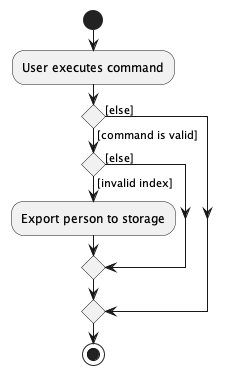
Above: docs/images/ExportCommandActivityDiagram.png in nus-cs2103-AY2223S2/tp (PlantUML), before the change.
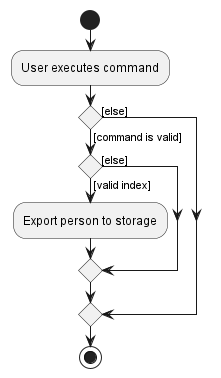
Above is the later version.

Diff of the diagram source:
```diff
@@ -3,7 +3,7 @@
 :User executes command;
 
 if () then ([command is valid])
-    if () then ([invalid index])
+    if () then ([valid index])
         :Export person to storage;
     else ([else])
     endif
```
